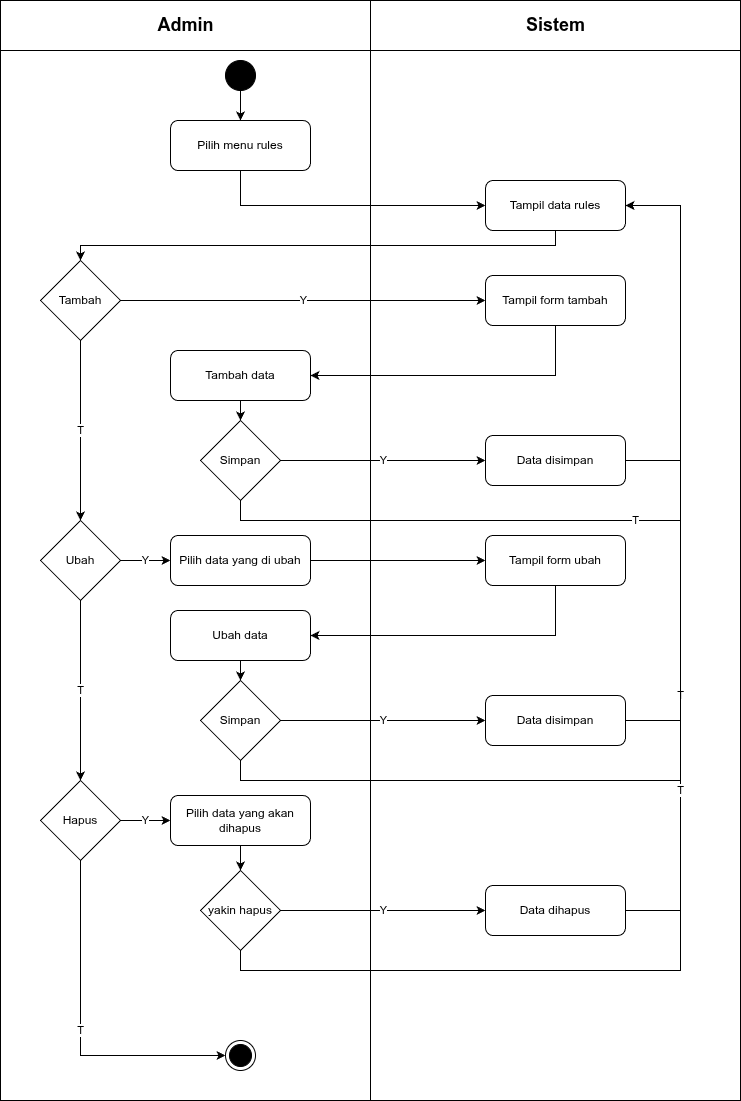
RajaSunrise/kangkungku keeps this draw.io diagram as diagram/activity/admin/crud-rules.png. Above is the earlier version. Source tidied: cells renumbered, new cells last; positions are measured from the earlier drawing's top-left corner, leaving out a move shared by most shapes.
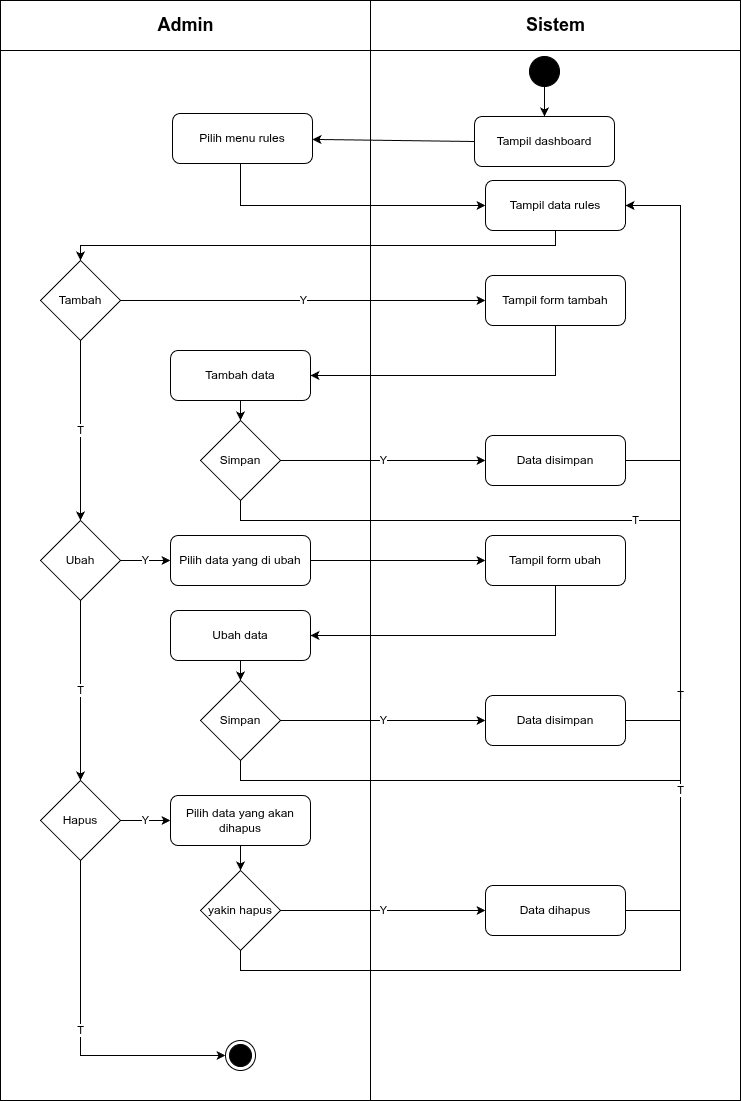
The same file after the commit.

Diff of the diagram source:
```diff
@@ -12,13 +12,13 @@
       <mxGeometry x="505" y="10" width="100" height="30" as="geometry" />
     </mxCell>
     <mxCell id="5" style="ellipse;whiteSpace=wrap;html=1;fillColor=#000000;strokeColor=#000000;" parent="1" vertex="1">
-      <mxGeometry x="225" y="60" width="30" height="30" as="geometry" />
+      <mxGeometry x="529" y="56" width="30" height="30" as="geometry" />
     </mxCell>
-    <mxCell id="6" style="endArrow=classic;html=1;exitX=0.5;exitY=1;exitDx=0;exitDy=0;entryX=0.5;entryY=0;entryDx=0;entryDy=0;edgeStyle=orthogonalEdgeStyle;rounded=0;" parent="1" edge="1" source="5" target="7">
+    <mxCell id="6" style="endArrow=classic;html=1;exitX=0.5;exitY=1;exitDx=0;exitDy=0;entryX=0.5;entryY=0;entryDx=0;entryDy=0;edgeStyle=orthogonalEdgeStyle;rounded=0;" parent="1" edge="1" source="5" target="49">
       <mxGeometry relative="1" as="geometry" />
     </mxCell>
     <mxCell id="7" value="Pilih menu rules" style="rounded=1;whiteSpace=wrap;html=1;" parent="1" vertex="1">
-      <mxGeometry x="170" y="120" width="140" height="50" as="geometry" />
+      <mxGeometry x="172" y="113" width="140" height="50" as="geometry" />
     </mxCell>
     <mxCell id="8" value="Tampil data rules" style="rounded=1;whiteSpace=wrap;html=1;" parent="1" vertex="1">
       <mxGeometry x="485" y="180" width="140" height="50" as="geometry" />
@@ -204,5 +204,11 @@
         </Array>
       </mxGeometry>
     </mxCell>
+    <mxCell id="48" style="edgeStyle=none;html=1;exitX=0;exitY=0.5;exitDx=0;exitDy=0;" parent="1" edge="1" source="49" target="7">
+      <mxGeometry relative="1" as="geometry" />
+    </mxCell>
+    <mxCell id="49" value="Tampil dashboard" style="rounded=1;whiteSpace=wrap;html=1;" parent="1" vertex="1">
+      <mxGeometry x="474" y="116" width="140" height="50" as="geometry" />
+    </mxCell>
   </root>
 </mxGraphModel>
```
